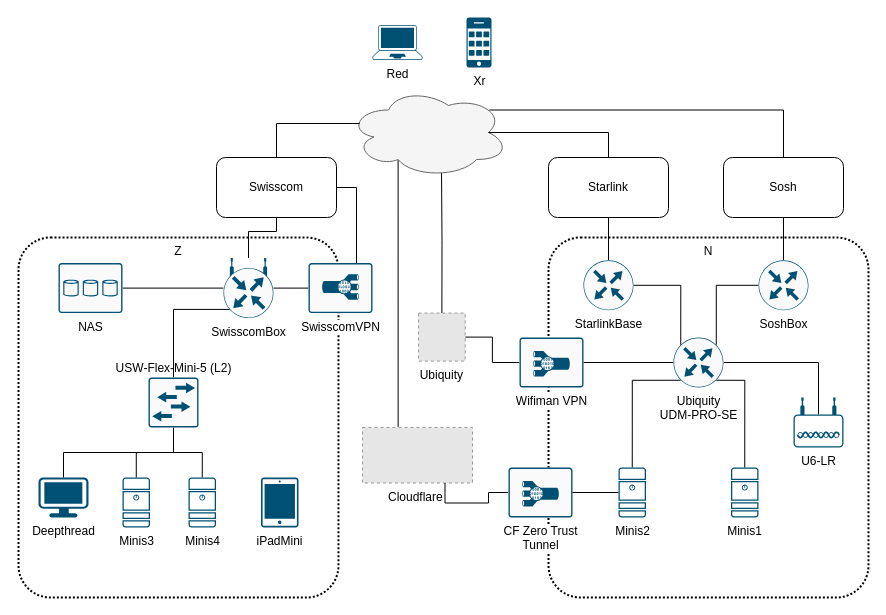
Earlier version of the draw.io diagram input/posts/images/network/network.drawio (ewinnington/ewinnington.github.io). Source tidied: cells renumbered, new cells numbered last; positions are measured from the earlier drawing's top-left corner, leaving out a move shared by most shapes. Both pictures are drawn from the tidied source at 100%, with x=0, y=0 at pixel (18, 17). Pictures stored in the file or linked from it are replaced by grey dashed boxes.
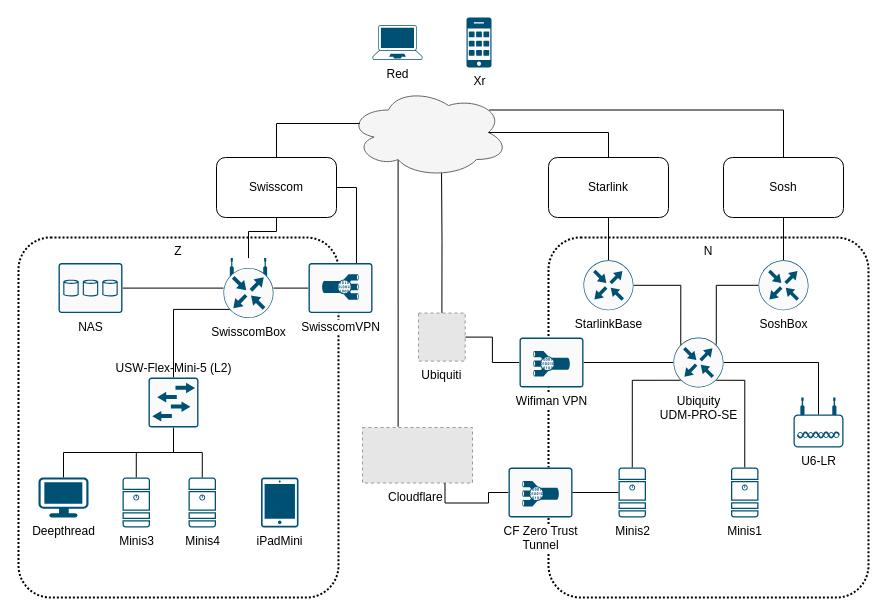
The same page after the edit.

What changed in the source:
```diff
@@
-    <mxCell id="43" value="Ubiquity" style="fillColor=#E6E6E6;strokeColor=#999999;dashed=1;verticalLabelPosition=bottom;labelBackgroundColor=default;verticalAlign=top;" parent="1" vertex="1">
+    <mxCell id="43" value="Ubiquiti" style="fillColor=#E6E6E6;strokeColor=#999999;dashed=1;verticalLabelPosition=bottom;labelBackgroundColor=default;verticalAlign=top;" parent="1" vertex="1">
       <mxGeometry x="400" y="295.6" width="46.7" height="48" as="geometry" />
     </mxCell>
```
